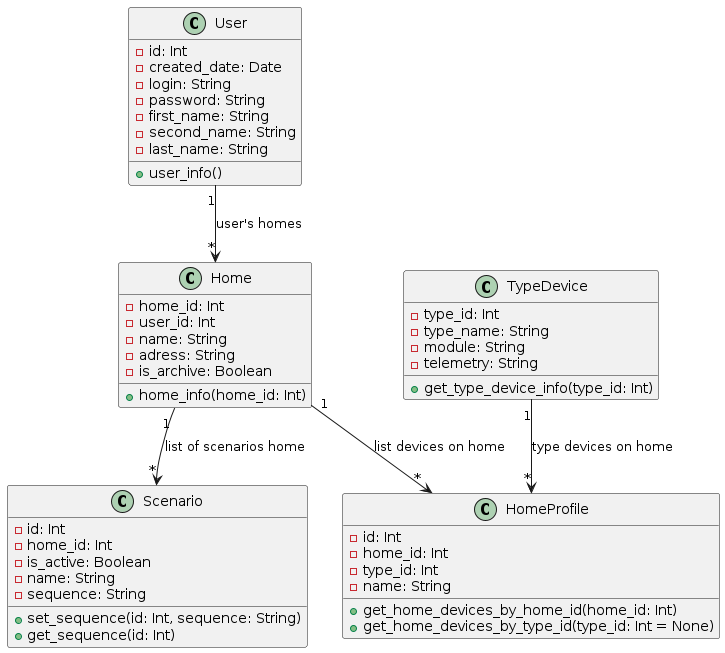
Earlier version of the PlantUML export diagrams/code/home_profile.png (AIofHuman/architecture-sprint-3). Source of this version:
```plantuml
@startuml
class User {
    - id: Int
    - created_date: Date
    - login: String
    - password: String
    - first_name: String
    - second_name: String
    - last_name: String
    + user_info()
}

class Home {
    - home_id: Int
    - user_id: Int
    - name: String
    - adress: String
    - is_archive: Boolean
    + home_info(home_id: Int)
}

class TypeDevice {
    - type_id: Int
    - type_name: String
    - module: String
    - telemetry: String
    + get_type_device_info(type_id: Int)
}

class HomeProfile {
    - id: Int
    - home_id: Int
    - type_id: Int
    - name: String
    + get_home_devices_by_home_id(home_id: Int)
    + get_home_devices_by_type_id(type_id: Int = None)
}

class Scenario {
    - id: Int
    - home_id: Int
    - is_active: Boolean
    - name: String
    - sequence: String
    + set_sequence(id: Int, sequence: String)
    + get_sequence(id: Int)
}

User "1" --> "*" Home : user's homes
TypeDevice "1" --> "*" HomeProfile : type devices on home
Home "1" --> "*" HomeProfile : list devices on home
Home "1" --> "*" Scenario : list of scenarios home

@enduml
```
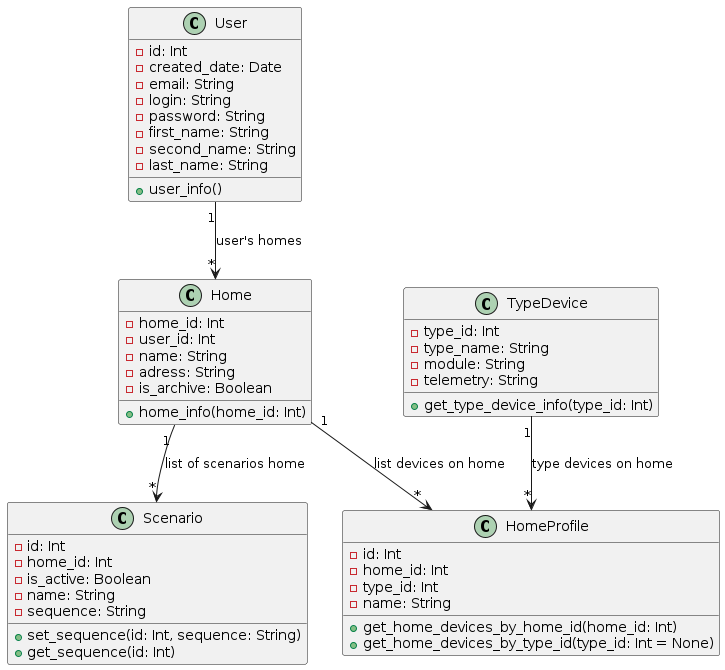
The same file after the commit.

Commit message:
Automated diagram generation

Diff of the diagram source:
```diff
@@ -2,6 +2,7 @@
 class User {
     - id: Int
     - created_date: Date
+    - email: String
     - login: String
     - password: String
     - first_name: String
```
